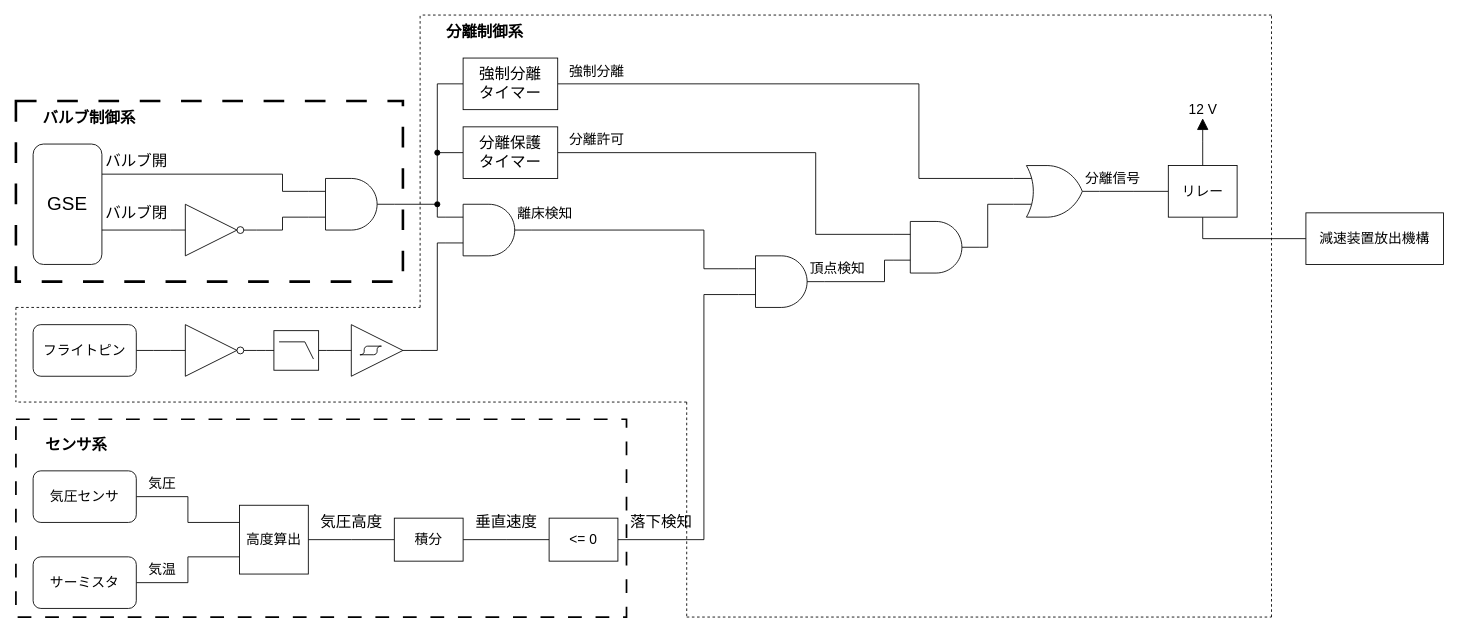
This is Document/BlockDiagram/FirstSeparationLogicDiagram.drawio from tokai-student-rocket-project/H-62-Avionics, a draw.io file, before an edit. Source tidied: cells renumbered, new cells numbered last; positions are measured from the earlier drawing's top-left corner, leaving out a move shared by most shapes. Both pictures are drawn from the tidied source at 86%, with x=0, y=0 at pixel (15, 15).
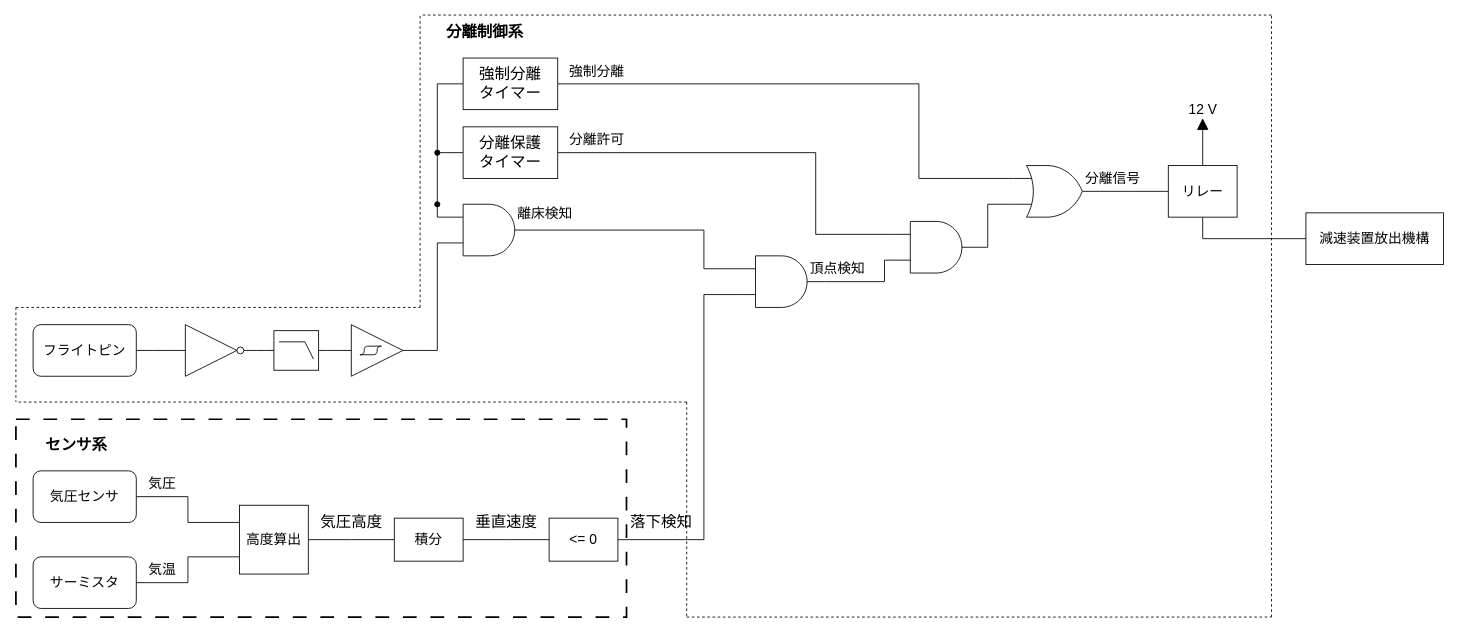
The same diagram, later.

Commit message (it also covers changes not shown here):
ブロック図をいくつか作成

Unchanged cells that the change refers to:
```xml
<mxCell id="14" style="verticalLabelPosition=bottom;shadow=0;dashed=0;align=center;html=1;verticalAlign=top;shape=mxgraph.electrical.logic_gates.logic_gate;operation=and;dashPattern=8 8;fontSize=18;fillColor=none;" parent="1" vertex="1">
  <mxGeometry x="500" y="220" width="100" height="60" as="geometry" />
</mxCell>
```

The edit, as a diff of the source:
```diff
@@
-    <mxCell id="2" style="rounded=0;whiteSpace=wrap;html=1;fontSize=18;fillColor=none;dashed=1;dashPattern=8 8;strokeWidth=3;" parent="1" vertex="1">
-      <mxGeometry y="100" width="450" height="210" as="geometry" />
-    </mxCell>
-    <mxCell id="3" style="edgeStyle=elbowEdgeStyle;rounded=0;html=1;entryX=0;entryY=0.25;entryDx=0;entryDy=0;entryPerimeter=0;fontSize=18;endArrow=none;endFill=0;exitX=1;exitY=0.25;exitDx=0;exitDy=0;" parent="1" edge="1" source="4" target="10">
-      <mxGeometry relative="1" as="geometry">
-        <Array as="points">
-          <mxPoint x="310" y="200" />
-        </Array>
-      </mxGeometry>
-    </mxCell>
-    <mxCell id="4" value="&lt;font style=&quot;font-size: 22px;&quot;&gt;GSE&lt;/font&gt;" style="rounded=1;whiteSpace=wrap;html=1;" parent="1" vertex="1">
-      <mxGeometry x="20" y="150" width="80" height="140" as="geometry" />
-    </mxCell>
-    <mxCell id="5" style="edgeStyle=none;html=1;fontSize=22;endArrow=none;endFill=0;" parent="1" edge="1" source="7">
-      <mxGeometry relative="1" as="geometry">
-        <mxPoint x="100" y="250" as="targetPoint" />
-      </mxGeometry>
-    </mxCell>
-    <mxCell id="6" style="edgeStyle=elbowEdgeStyle;html=1;entryX=0;entryY=0.75;entryDx=0;entryDy=0;entryPerimeter=0;fontSize=18;endArrow=none;endFill=0;exitX=1;exitY=0.5;exitDx=0;exitDy=0;exitPerimeter=0;rounded=0;" parent="1" edge="1" source="7" target="10">
-      <mxGeometry relative="1" as="geometry" />
-    </mxCell>
-    <mxCell id="7" style="verticalLabelPosition=bottom;shadow=0;dashed=0;align=center;html=1;verticalAlign=top;shape=mxgraph.electrical.logic_gates.inverter_2;fontSize=22;" parent="1" vertex="1">
-      <mxGeometry x="180" y="220" width="100" height="60" as="geometry" />
-    </mxCell>
-    <mxCell id="8" value="&lt;font style=&quot;font-size: 18px;&quot;&gt;バルブ閉&lt;/font&gt;" style="text;html=1;align=center;verticalAlign=middle;strokeColor=none;fillColor=none;fontSize=22;" parent="1" vertex="1">
-      <mxGeometry x="90" y="210" width="100" height="40" as="geometry" />
-    </mxCell>
-    <mxCell id="9" style="edgeStyle=elbowEdgeStyle;rounded=0;html=1;exitX=1;exitY=0.5;exitDx=0;exitDy=0;exitPerimeter=0;entryX=0;entryY=0.25;entryDx=0;entryDy=0;entryPerimeter=0;fontSize=18;endArrow=none;endFill=0;" parent="1" edge="1" source="10" target="14">
+    <mxCell id="9" style="edgeStyle=elbowEdgeStyle;rounded=0;html=1;entryX=0;entryY=0.25;entryDx=0;entryDy=0;entryPerimeter=0;fontSize=18;endArrow=none;endFill=0;" parent="1" edge="1" target="14">
       <mxGeometry relative="1" as="geometry">
+        <mxPoint x="490" y="220" as="sourcePoint" />
         <Array as="points">
           <mxPoint x="490" y="230" />
         </Array>
       </mxGeometry>
     </mxCell>
-    <mxCell id="10" style="verticalLabelPosition=bottom;shadow=0;dashed=0;align=center;html=1;verticalAlign=top;shape=mxgraph.electrical.logic_gates.logic_gate;operation=and;fontSize=18;" parent="1" vertex="1">
-      <mxGeometry x="340" y="190" width="100" height="60" as="geometry" />
-    </mxCell>
-    <mxCell id="11" value="バルブ開" style="text;html=1;align=center;verticalAlign=middle;strokeColor=none;fillColor=none;fontSize=18;" parent="1" vertex="1">
-      <mxGeometry x="90" y="150" width="100" height="40" as="geometry" />
-    </mxCell>
-    <mxCell id="12" value="&lt;b&gt;バルブ制御系&lt;/b&gt;" style="text;html=1;align=center;verticalAlign=middle;strokeColor=none;fillColor=none;fontSize=18;" parent="1" vertex="1">
-      <mxGeometry x="20" y="100" width="130" height="40" as="geometry" />
-    </mxCell>
```
